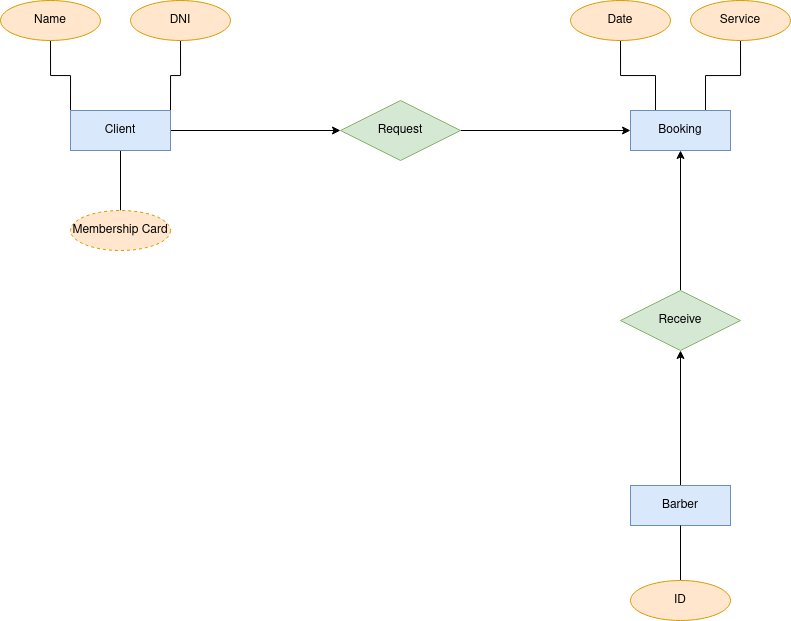
This is doc/Entidad relacion/EN-Model_entity_relation.drawio.png from colidom/proyecto-ets, a draw.io export, as it was before one commit. Source tidied: cells renumbered, new cells last; positions are measured from the earlier drawing's top-left corner, leaving out a move shared by most shapes. The source it was exported from:
```xml
<mxGraphModel>
  <root>
    <mxCell id="0" />
    <mxCell id="1" parent="0" />
    <mxCell id="2" style="edgeStyle=orthogonalEdgeStyle;rounded=0;jettySize=auto;html=1;exitX=1;exitY=0.5;exitDx=0;exitDy=0;entryX=0;entryY=0.5;entryDx=0;entryDy=0;" parent="1" edge="1" source="6" target="8">
      <mxGeometry relative="1" as="geometry" />
    </mxCell>
    <mxCell id="3" style="edgeStyle=orthogonalEdgeStyle;rounded=0;jettySize=auto;html=1;exitX=0;exitY=0;exitDx=0;exitDy=0;entryX=0.5;entryY=1;entryDx=0;entryDy=0;endArrow=none;endFill=0;" parent="1" edge="1" source="6" target="20">
      <mxGeometry relative="1" as="geometry" />
    </mxCell>
    <mxCell id="4" style="edgeStyle=orthogonalEdgeStyle;rounded=0;jettySize=auto;html=1;exitX=1;exitY=0;exitDx=0;exitDy=0;entryX=0.5;entryY=1;entryDx=0;entryDy=0;endArrow=none;endFill=0;" parent="1" edge="1" source="6" target="21">
      <mxGeometry relative="1" as="geometry" />
    </mxCell>
    <mxCell id="5" style="edgeStyle=orthogonalEdgeStyle;rounded=0;jettySize=auto;html=1;exitX=0.5;exitY=1;exitDx=0;exitDy=0;entryX=0.5;entryY=0;entryDx=0;entryDy=0;endArrow=none;endFill=0;" parent="1" edge="1" source="6" target="22">
      <mxGeometry relative="1" as="geometry" />
    </mxCell>
    <mxCell id="6" value="Client" style="whiteSpace=wrap;html=1;align=center;fillColor=#dae8fc;strokeColor=#6c8ebf;" parent="1" vertex="1">
      <mxGeometry x="70" y="110" width="100" height="40" as="geometry" />
    </mxCell>
    <mxCell id="7" style="edgeStyle=orthogonalEdgeStyle;rounded=0;jettySize=auto;html=1;exitX=1;exitY=0.5;exitDx=0;exitDy=0;entryX=0;entryY=0.5;entryDx=0;entryDy=0;" parent="1" edge="1" source="8" target="11">
      <mxGeometry relative="1" as="geometry" />
    </mxCell>
    <mxCell id="8" value="Request" style="shape=rhombus;perimeter=rhombusPerimeter;whiteSpace=wrap;html=1;align=center;fillColor=#d5e8d4;strokeColor=#82b366;" parent="1" vertex="1">
      <mxGeometry x="340" y="100" width="120" height="60" as="geometry" />
    </mxCell>
    <mxCell id="9" style="edgeStyle=orthogonalEdgeStyle;rounded=0;jettySize=auto;html=1;exitX=0.25;exitY=0;exitDx=0;exitDy=0;entryX=0.5;entryY=1;entryDx=0;entryDy=0;endArrow=none;endFill=0;" parent="1" edge="1" source="11" target="19">
      <mxGeometry relative="1" as="geometry" />
    </mxCell>
    <mxCell id="10" style="edgeStyle=orthogonalEdgeStyle;rounded=0;jettySize=auto;html=1;exitX=0.75;exitY=0;exitDx=0;exitDy=0;entryX=0.5;entryY=1;entryDx=0;entryDy=0;endArrow=none;endFill=0;" parent="1" edge="1" source="11" target="18">
      <mxGeometry relative="1" as="geometry" />
    </mxCell>
    <mxCell id="11" value="Booking" style="whiteSpace=wrap;html=1;align=center;fillColor=#dae8fc;strokeColor=#6c8ebf;" parent="1" vertex="1">
      <mxGeometry x="630" y="110" width="100" height="40" as="geometry" />
    </mxCell>
    <mxCell id="12" style="edgeStyle=orthogonalEdgeStyle;rounded=0;jettySize=auto;html=1;exitX=0.5;exitY=0;exitDx=0;exitDy=0;entryX=0.5;entryY=1;entryDx=0;entryDy=0;" parent="1" edge="1" source="13" target="11">
      <mxGeometry relative="1" as="geometry" />
    </mxCell>
    <mxCell id="13" value="Receive" style="shape=rhombus;perimeter=rhombusPerimeter;whiteSpace=wrap;html=1;align=center;fillColor=#d5e8d4;strokeColor=#82b366;" parent="1" vertex="1">
      <mxGeometry x="620" y="290" width="120" height="60" as="geometry" />
    </mxCell>
    <mxCell id="14" style="edgeStyle=orthogonalEdgeStyle;rounded=0;jettySize=auto;html=1;exitX=0.5;exitY=0;exitDx=0;exitDy=0;entryX=0.5;entryY=1;entryDx=0;entryDy=0;" parent="1" edge="1" source="15" target="13">
      <mxGeometry relative="1" as="geometry" />
    </mxCell>
    <mxCell id="15" value="Barber" style="whiteSpace=wrap;html=1;align=center;fillColor=#dae8fc;strokeColor=#6c8ebf;" parent="1" vertex="1">
      <mxGeometry x="630" y="485" width="100" height="40" as="geometry" />
    </mxCell>
    <mxCell id="16" style="edgeStyle=orthogonalEdgeStyle;rounded=0;jettySize=auto;html=1;exitX=0.5;exitY=0;exitDx=0;exitDy=0;entryX=0.5;entryY=1;entryDx=0;entryDy=0;endArrow=none;endFill=0;" parent="1" edge="1" source="17" target="15">
      <mxGeometry relative="1" as="geometry" />
    </mxCell>
    <mxCell id="17" value="ID" style="ellipse;whiteSpace=wrap;html=1;align=center;fillColor=#ffe6cc;strokeColor=#d79b00;" parent="1" vertex="1">
      <mxGeometry x="630" y="580" width="100" height="40" as="geometry" />
    </mxCell>
    <mxCell id="18" value="Service" style="ellipse;whiteSpace=wrap;html=1;align=center;fillColor=#ffe6cc;strokeColor=#d79b00;" parent="1" vertex="1">
      <mxGeometry x="690" width="100" height="40" as="geometry" />
    </mxCell>
    <mxCell id="19" value="Date" style="ellipse;whiteSpace=wrap;html=1;align=center;fillColor=#ffe6cc;strokeColor=#d79b00;" parent="1" vertex="1">
      <mxGeometry x="570" width="100" height="40" as="geometry" />
    </mxCell>
    <mxCell id="20" value="Name" style="ellipse;whiteSpace=wrap;html=1;align=center;fillColor=#ffe6cc;strokeColor=#d79b00;" parent="1" vertex="1">
      <mxGeometry width="100" height="40" as="geometry" />
    </mxCell>
    <mxCell id="21" value="DNI" style="ellipse;whiteSpace=wrap;html=1;align=center;fillColor=#ffe6cc;strokeColor=#d79b00;" parent="1" vertex="1">
      <mxGeometry x="130" width="100" height="40" as="geometry" />
    </mxCell>
    <mxCell id="22" value="Membership Card" style="ellipse;whiteSpace=wrap;html=1;align=center;dashed=1;fillColor=#ffe6cc;strokeColor=#d79b00;" parent="1" vertex="1">
      <mxGeometry x="70" y="210" width="100" height="40" as="geometry" />
    </mxCell>
  </root>
</mxGraphModel>
```
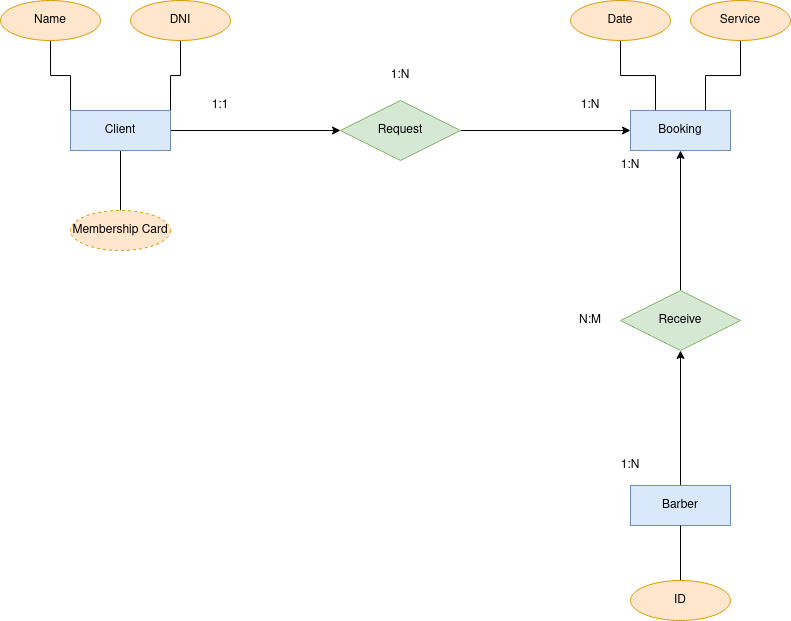
The same file after the commit.

Diff of the diagram source:
```diff
@@ -65,5 +65,23 @@
     <mxCell id="22" value="Membership Card" style="ellipse;whiteSpace=wrap;html=1;align=center;dashed=1;fillColor=#ffe6cc;strokeColor=#d79b00;" parent="1" vertex="1">
       <mxGeometry x="70" y="210" width="100" height="40" as="geometry" />
     </mxCell>
+    <mxCell id="23" value="1:N" style="text;html=1;strokeColor=none;fillColor=none;align=center;verticalAlign=middle;whiteSpace=wrap;rounded=0;" parent="1" vertex="1">
+      <mxGeometry x="560" y="90" width="60" height="30" as="geometry" />
+    </mxCell>
+    <mxCell id="24" value="1:N" style="text;html=1;strokeColor=none;fillColor=none;align=center;verticalAlign=middle;whiteSpace=wrap;rounded=0;" parent="1" vertex="1">
+      <mxGeometry x="370" y="60" width="60" height="30" as="geometry" />
+    </mxCell>
+    <mxCell id="25" value="1:N" style="text;html=1;strokeColor=none;fillColor=none;align=center;verticalAlign=middle;whiteSpace=wrap;rounded=0;" parent="1" vertex="1">
+      <mxGeometry x="600" y="150" width="60" height="30" as="geometry" />
+    </mxCell>
+    <mxCell id="26" value="1:1" style="text;html=1;strokeColor=none;fillColor=none;align=center;verticalAlign=middle;whiteSpace=wrap;rounded=0;" parent="1" vertex="1">
+      <mxGeometry x="190" y="90" width="60" height="30" as="geometry" />
+    </mxCell>
+    <mxCell id="27" value="1:N" style="text;html=1;strokeColor=none;fillColor=none;align=center;verticalAlign=middle;whiteSpace=wrap;rounded=0;" parent="1" vertex="1">
+      <mxGeometry x="600" y="450" width="60" height="30" as="geometry" />
+    </mxCell>
+    <mxCell id="28" value="N:M" style="text;html=1;strokeColor=none;fillColor=none;align=center;verticalAlign=middle;whiteSpace=wrap;rounded=0;" parent="1" vertex="1">
+      <mxGeometry x="560" y="305" width="60" height="30" as="geometry" />
+    </mxCell>
   </root>
 </mxGraphModel>
```
